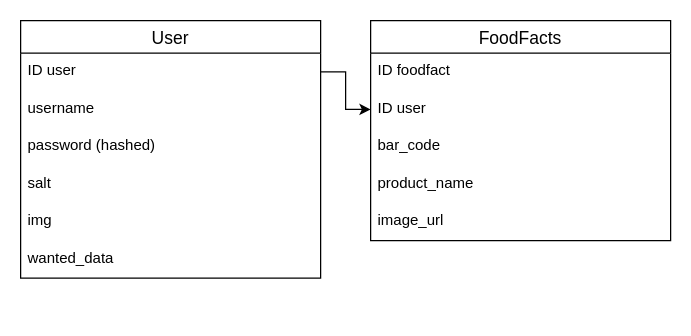
SufyanKerboua/openfoodfact-api keeps this draw.io diagram as documentation/Archi BDD.drawio. Above is the earlier version. Source tidied: cells renumbered, new cells numbered last; positions are measured from the earlier drawing's top-left corner, leaving out a move shared by most shapes. Both pictures are drawn from the tidied source at 125%, with x=0, y=0 at pixel (20, 20).
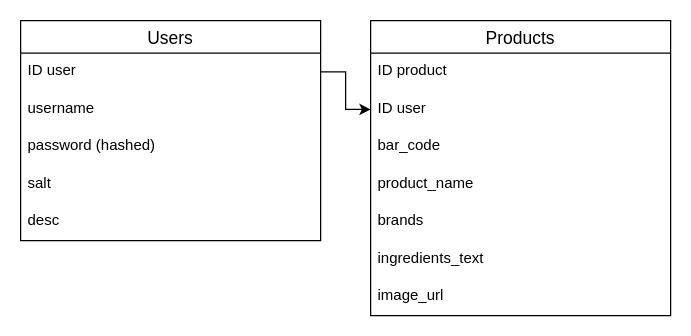
The same page after the edit.

What changed in the source:
```diff
@@
 <mxGraphModel>
   <root>
     <mxCell id="0" />
     <mxCell id="1" parent="0" />
-    <mxCell id="2" value="User" style="swimlane;fontStyle=0;horizontal=1;startSize=26;align=center;fontSize=14;" parent="1" vertex="1">
-      <mxGeometry width="240" height="206" as="geometry" />
+    <mxCell id="2" value="Users" style="swimlane;fontStyle=0;horizontal=1;startSize=26;align=center;fontSize=14;" parent="1" vertex="1">
+      <mxGeometry width="240" height="176" as="geometry" />
     </mxCell>
     <mxCell id="3" value="ID user" style="text;strokeColor=none;fillColor=none;spacingLeft=4;spacingRight=4;overflow=hidden;points=[[0,0.5],[1,0.5]];portConstraint=eastwest;fontSize=12;" parent="2" vertex="1">
       <mxGeometry y="26" width="240" height="30" as="geometry" />
     </mxCell>
     <mxCell id="4" value="username" style="text;strokeColor=none;fillColor=none;spacingLeft=4;spacingRight=4;overflow=hidden;fontSize=12;" parent="2" vertex="1">
       <mxGeometry y="56" width="240" height="30" as="geometry" />
     </mxCell>
     <mxCell id="5" value="password (hashed)" style="text;strokeColor=none;fillColor=none;spacingLeft=4;spacingRight=4;overflow=hidden;fontSize=12;" parent="2" vertex="1">
       <mxGeometry y="86" width="240" height="30" as="geometry" />
     </mxCell>
     <mxCell id="6" value="salt" style="text;strokeColor=none;fillColor=none;spacingLeft=4;spacingRight=4;overflow=hidden;fontSize=12;" parent="2" vertex="1">
       <mxGeometry y="116" width="240" height="30" as="geometry" />
     </mxCell>
-    <mxCell id="7" value="img" style="text;strokeColor=none;fillColor=none;spacingLeft=4;spacingRight=4;overflow=hidden;fontSize=12;" parent="2" vertex="1">
+    <mxCell id="7" value="desc" style="text;strokeColor=none;fillColor=none;spacingLeft=4;spacingRight=4;overflow=hidden;fontSize=12;" parent="2" vertex="1">
       <mxGeometry y="146" width="240" height="30" as="geometry" />
     </mxCell>
-    <mxCell id="8" value="wanted_data" style="text;strokeColor=none;fillColor=none;spacingLeft=4;spacingRight=4;overflow=hidden;fontSize=12;" parent="2" vertex="1">
-      <mxGeometry y="176" width="240" height="30" as="geometry" />
-    </mxCell>
-    <mxCell id="9" value="FoodFacts" style="swimlane;fontStyle=0;horizontal=1;startSize=26;align=center;fontSize=14;" parent="1" vertex="1">
-      <mxGeometry x="280" width="240" height="176" as="geometry" />
+    <mxCell id="9" value="Products" style="swimlane;fontStyle=0;horizontal=1;startSize=26;align=center;fontSize=14;" parent="1" vertex="1">
+      <mxGeometry x="280" width="240" height="236" as="geometry" />
     </mxCell>
-    <mxCell id="10" value="ID foodfact" style="text;strokeColor=none;fillColor=none;spacingLeft=4;spacingRight=4;overflow=hidden;fontSize=12;" parent="9" vertex="1">
+    <mxCell id="10" value="ID product" style="text;strokeColor=none;fillColor=none;spacingLeft=4;spacingRight=4;overflow=hidden;fontSize=12;" parent="9" vertex="1">
       <mxGeometry y="26" width="240" height="30" as="geometry" />
     </mxCell>
     <mxCell id="11" value="ID user" style="text;strokeColor=none;fillColor=none;spacingLeft=4;spacingRight=4;overflow=hidden;points=[[0,0.5],[1,0.5]];portConstraint=eastwest;fontSize=12;" parent="9" vertex="1">
       <mxGeometry y="56" width="240" height="30" as="geometry" />
     </mxCell>
     <mxCell id="12" value="bar_code" style="text;strokeColor=none;fillColor=none;spacingLeft=4;spacingRight=4;overflow=hidden;fontSize=12;" parent="9" vertex="1">
       <mxGeometry y="86" width="240" height="30" as="geometry" />
     </mxCell>
     <mxCell id="13" value="product_name" style="text;strokeColor=none;fillColor=none;spacingLeft=4;spacingRight=4;overflow=hidden;fontSize=12;" parent="9" vertex="1">
       <mxGeometry y="116" width="240" height="30" as="geometry" />
     </mxCell>
+    <mxCell id="16" value="brands" style="text;strokeColor=none;fillColor=none;spacingLeft=4;spacingRight=4;overflow=hidden;fontSize=12;" parent="9" vertex="1">
+      <mxGeometry y="146" width="240" height="30" as="geometry" />
+    </mxCell>
+    <mxCell id="17" value="ingredients_text" style="text;strokeColor=none;fillColor=none;spacingLeft=4;spacingRight=4;overflow=hidden;fontSize=12;" parent="9" vertex="1">
+      <mxGeometry y="176" width="240" height="30" as="geometry" />
+    </mxCell>
     <mxCell id="14" value="image_url" style="text;strokeColor=none;fillColor=none;spacingLeft=4;spacingRight=4;overflow=hidden;fontSize=12;" parent="9" vertex="1">
-      <mxGeometry y="146" width="240" height="30" as="geometry" />
+      <mxGeometry y="206" width="240" height="30" as="geometry" />
     </mxCell>
     <mxCell id="15" style="edgeStyle=orthogonalEdgeStyle;rounded=0;jettySize=auto;html=1;" parent="1" edge="1" source="3" target="11">
       <mxGeometry relative="1" as="geometry" />
     </mxCell>
   </root>
 </mxGraphModel>
```
